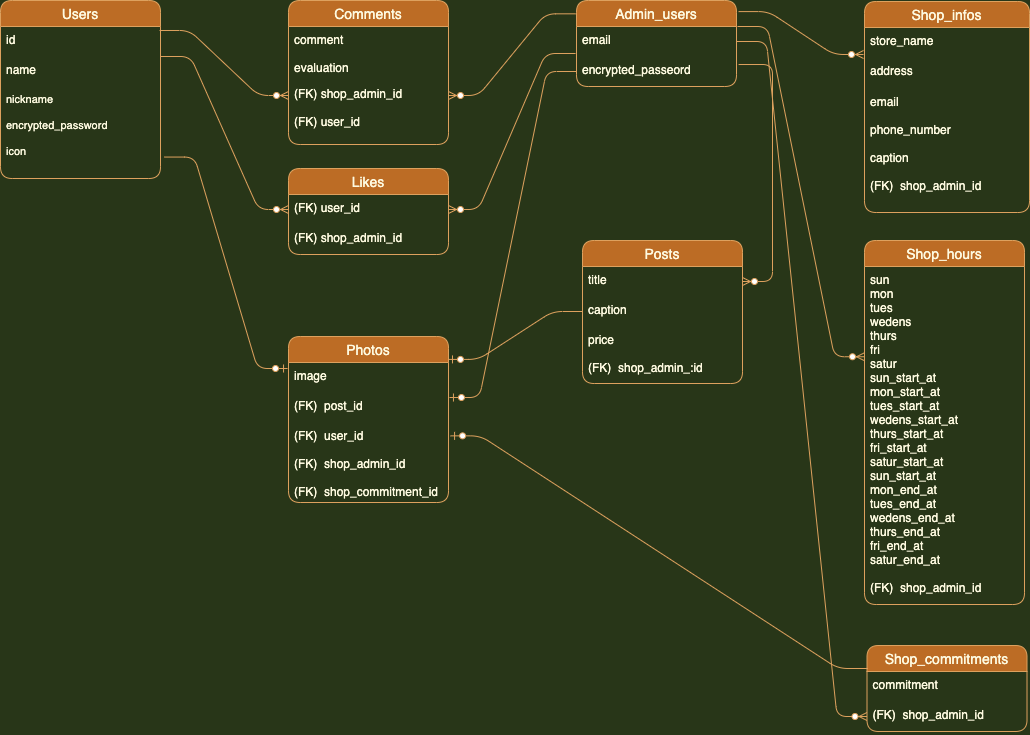
Earlier version of the draw.io export buzz-recipe Diagram.png (naoki-nakajima/buzz-recipe). Source tidied: cells renumbered, new cells last; positions are measured from the earlier drawing's top-left corner, leaving out a move shared by most shapes.
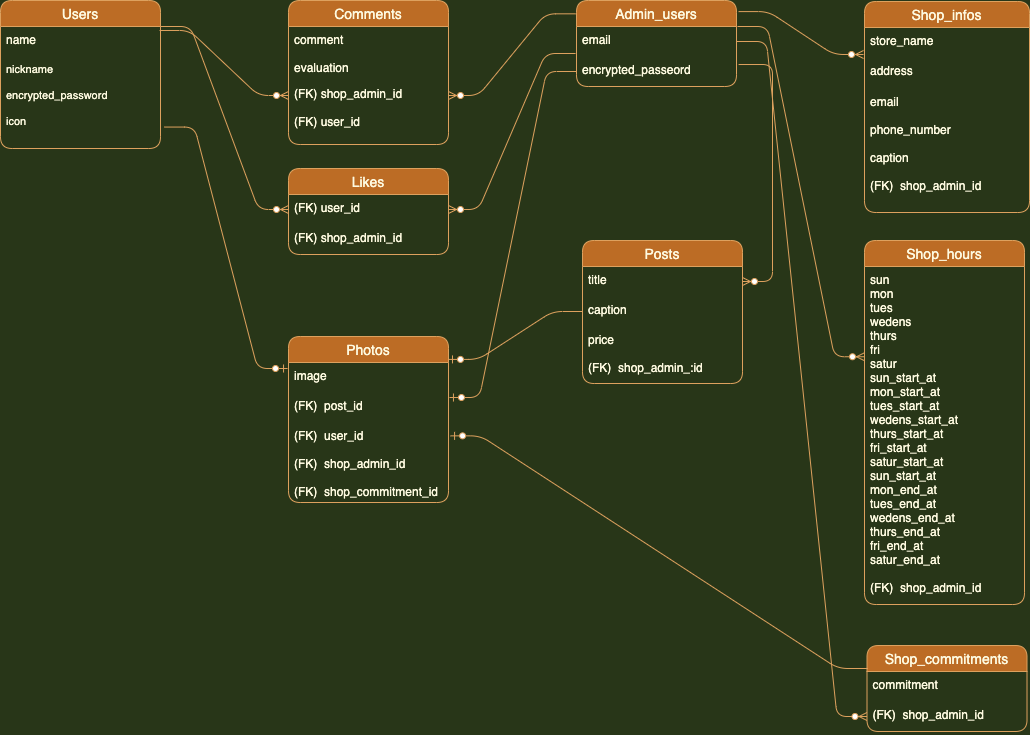
After the change.

The edit, as a diff of the source:
```diff
@@ -3,16 +3,13 @@
     <mxCell id="0" />
     <mxCell id="1" parent="0" />
     <mxCell id="2" value="Users" style="swimlane;fontStyle=0;horizontal=1;startSize=26;align=center;fontSize=14;rounded=1;fillColor=#BC6C25;strokeColor=#DDA15E;fontColor=#FEFAE0;" parent="1" vertex="1">
-      <mxGeometry width="160" height="178" as="geometry" />
+      <mxGeometry width="160" height="148" as="geometry" />
     </mxCell>
-    <mxCell id="3" value="id" style="text;strokeColor=none;fillColor=none;spacingLeft=4;spacingRight=4;overflow=hidden;points=[[0,0.5],[1,0.5]];portConstraint=eastwest;fontSize=12;rounded=1;fontColor=#FEFAE0;" parent="2" vertex="1">
-      <mxGeometry y="26" width="160" height="30" as="geometry" />
-    </mxCell>
     <mxCell id="4" value="name" style="text;strokeColor=none;fillColor=none;spacingLeft=4;spacingRight=4;overflow=hidden;points=[[0,0.5],[1,0.5]];portConstraint=eastwest;fontSize=12;rounded=1;fontColor=#FEFAE0;" parent="2" vertex="1">
-      <mxGeometry y="56" width="160" height="30" as="geometry" />
+      <mxGeometry y="26" width="160" height="30" as="geometry" />
     </mxCell>
     <mxCell id="5" value="nickname&#10;&#10;encrypted_password&#10;&#10;icon" style="text;strokeColor=none;fillColor=none;spacingLeft=4;spacingRight=4;overflow=hidden;points=[[0,0.5],[1,0.5]];portConstraint=eastwest;fontSize=11;rounded=1;fontColor=#FEFAE0;" parent="2" vertex="1">
-      <mxGeometry y="86" width="160" height="92" as="geometry" />
+      <mxGeometry y="56" width="160" height="92" as="geometry" />
     </mxCell>
     <mxCell id="6" value="Admin_users" style="swimlane;fontStyle=0;horizontal=1;startSize=26;align=center;fontSize=14;rounded=1;fillColor=#BC6C25;strokeColor=#DDA15E;fontColor=#FEFAE0;" parent="1" vertex="1">
       <mxGeometry x="576" width="160" height="86" as="geometry" />
@@ -89,8 +86,10 @@
     <mxCell id="30" value="(FK)  shop_admin_id" style="text;strokeColor=none;fillColor=none;spacingLeft=4;spacingRight=4;overflow=hidden;points=[[0,0.5],[1,0.5]];portConstraint=eastwest;fontSize=12;rounded=1;fontColor=#FEFAE0;" parent="28" vertex="1">
       <mxGeometry y="56" width="160" height="30" as="geometry" />
     </mxCell>
-    <mxCell id="31" style="edgeStyle=entityRelationEdgeStyle;fontSize=12;html=1;endArrow=ERzeroToMany;endFill=1;entryX=0;entryY=0.5;entryDx=0;entryDy=0;exitX=0.994;exitY=0.133;exitDx=0;exitDy=0;exitPerimeter=0;labelBackgroundColor=#283618;strokeColor=#DDA15E;fontColor=#FEFAE0;" parent="1" edge="1" source="3" target="44">
-      <mxGeometry relative="1" as="geometry" />
+    <mxCell id="31" style="edgeStyle=entityRelationEdgeStyle;fontSize=12;html=1;endArrow=ERzeroToMany;endFill=1;entryX=0;entryY=0.5;entryDx=0;entryDy=0;exitX=0.994;exitY=0.133;exitDx=0;exitDy=0;exitPerimeter=0;labelBackgroundColor=#283618;strokeColor=#DDA15E;fontColor=#FEFAE0;" parent="1" edge="1" target="44">
+      <mxGeometry relative="1" as="geometry">
+        <mxPoint x="159" y="30" as="sourcePoint" />
+      </mxGeometry>
     </mxCell>
     <mxCell id="32" style="edgeStyle=entityRelationEdgeStyle;fontSize=12;html=1;endArrow=ERzeroToMany;endFill=1;entryX=0;entryY=0.5;entryDx=0;entryDy=0;exitX=1;exitY=0;exitDx=0;exitDy=0;exitPerimeter=0;labelBackgroundColor=#283618;strokeColor=#DDA15E;fontColor=#FEFAE0;" parent="1" edge="1" source="4" target="16">
       <mxGeometry relative="1" as="geometry" />
```
